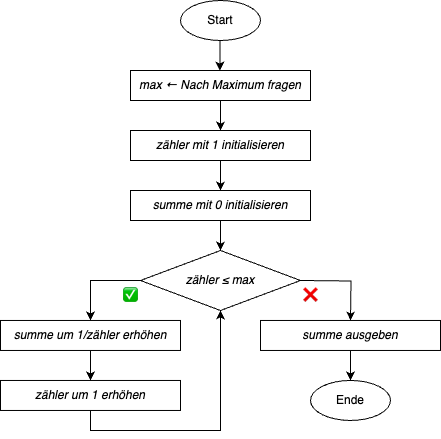
This is of/bilder/notebooks/grundwissen_programmieren/05_Flussdiagramm-Partialsumme.png from donze-informatikunterricht/donze-informatikunterricht.github.io, a draw.io export, as it was before one commit. Source tidied: cells renumbered, new cells last; positions are measured from the earlier drawing's top-left corner, leaving out a move shared by most shapes. Its diagram source:
```xml
<mxGraphModel>
  <root>
    <mxCell id="0" />
    <mxCell id="1" parent="0" />
    <mxCell id="2" style="edgeStyle=orthogonalEdgeStyle;rounded=0;jettySize=auto;html=1;exitX=0;exitY=0.5;exitDx=0;exitDy=0;entryX=0.5;entryY=0;entryDx=0;entryDy=0;" parent="1" edge="1" source="3" target="5">
      <mxGeometry relative="1" as="geometry" />
    </mxCell>
    <mxCell id="3" value="&lt;i&gt;zähler ≤ max&lt;/i&gt;" style="rhombus;whiteSpace=wrap;html=1;" parent="1" vertex="1">
      <mxGeometry x="140" y="250" width="160" height="60" as="geometry" />
    </mxCell>
    <mxCell id="4" style="edgeStyle=orthogonalEdgeStyle;rounded=0;jettySize=auto;html=1;exitX=0.5;exitY=1;exitDx=0;exitDy=0;entryX=0.5;entryY=0;entryDx=0;entryDy=0;" parent="1" edge="1" source="5" target="8">
      <mxGeometry relative="1" as="geometry" />
    </mxCell>
    <mxCell id="5" value="&lt;i&gt;summe um 1/zähler erhöhen&lt;/i&gt;" style="rounded=0;whiteSpace=wrap;html=1;" parent="1" vertex="1">
      <mxGeometry y="320" width="180" height="30" as="geometry" />
    </mxCell>
    <mxCell id="6" value="✅" style="text;html=1;strokeColor=none;fillColor=none;align=center;verticalAlign=middle;whiteSpace=wrap;rounded=0;" parent="1" vertex="1">
      <mxGeometry x="100" y="280" width="60" height="30" as="geometry" />
    </mxCell>
    <mxCell id="7" style="edgeStyle=orthogonalEdgeStyle;rounded=0;jettySize=auto;html=1;exitX=0.5;exitY=0;exitDx=0;exitDy=0;entryX=0.5;entryY=1;entryDx=0;entryDy=0;" parent="1" edge="1" source="8" target="3">
      <mxGeometry relative="1" as="geometry">
        <Array as="points">
          <mxPoint x="90" y="430" />
          <mxPoint x="220" y="430" />
        </Array>
      </mxGeometry>
    </mxCell>
    <mxCell id="8" value="&lt;i&gt;zähler um 1 erhöhen&lt;br&gt;&lt;/i&gt;" style="rounded=0;whiteSpace=wrap;html=1;" parent="1" vertex="1">
      <mxGeometry y="380" width="180" height="30" as="geometry" />
    </mxCell>
    <mxCell id="9" value="Start" style="ellipse;whiteSpace=wrap;html=1;" parent="1" vertex="1">
      <mxGeometry x="180" width="80" height="40" as="geometry" />
    </mxCell>
    <mxCell id="10" style="edgeStyle=orthogonalEdgeStyle;rounded=0;orthogonalLoop=1;jettySize=auto;html=1;exitX=0.5;exitY=1;exitDx=0;exitDy=0;entryX=0.5;entryY=0;entryDx=0;entryDy=0;" parent="1" edge="1">
      <mxGeometry relative="1" as="geometry">
        <mxPoint x="219.4" y="40" as="sourcePoint" />
        <mxPoint x="219.4" y="70" as="targetPoint" />
      </mxGeometry>
    </mxCell>
    <mxCell id="11" style="edgeStyle=orthogonalEdgeStyle;rounded=0;jettySize=auto;html=1;exitX=0.5;exitY=1;exitDx=0;exitDy=0;entryX=0.5;entryY=0;entryDx=0;entryDy=0;" parent="1" edge="1" source="19" target="3">
      <mxGeometry relative="1" as="geometry" />
    </mxCell>
    <mxCell id="12" style="edgeStyle=orthogonalEdgeStyle;rounded=0;jettySize=auto;html=1;exitX=0.5;exitY=1;exitDx=0;exitDy=0;entryX=0.5;entryY=0;entryDx=0;entryDy=0;" parent="1" edge="1" source="13" target="18">
      <mxGeometry relative="1" as="geometry" />
    </mxCell>
    <mxCell id="13" value="&lt;i&gt;max ← Nach Maximum fragen&lt;/i&gt;" style="rounded=0;whiteSpace=wrap;html=1;" parent="1" vertex="1">
      <mxGeometry x="130" y="70" width="180" height="30" as="geometry" />
    </mxCell>
    <mxCell id="14" style="edgeStyle=orthogonalEdgeStyle;rounded=0;orthogonalLoop=1;jettySize=auto;html=1;" parent="1" edge="1">
      <mxGeometry relative="1" as="geometry">
        <mxPoint x="300" y="280" as="sourcePoint" />
        <mxPoint x="350" y="320" as="targetPoint" />
      </mxGeometry>
    </mxCell>
    <mxCell id="15" value="Ende" style="ellipse;whiteSpace=wrap;html=1;" parent="1" vertex="1">
      <mxGeometry x="310" y="380" width="80" height="40" as="geometry" />
    </mxCell>
    <mxCell id="16" value="❌" style="text;html=1;strokeColor=none;fillColor=none;align=center;verticalAlign=middle;whiteSpace=wrap;rounded=1;" parent="1" vertex="1">
      <mxGeometry x="280" y="280" width="60" height="30" as="geometry" />
    </mxCell>
    <mxCell id="17" style="edgeStyle=orthogonalEdgeStyle;rounded=0;jettySize=auto;html=1;exitX=0.5;exitY=1;exitDx=0;exitDy=0;entryX=0.5;entryY=0;entryDx=0;entryDy=0;" parent="1" edge="1" source="18" target="19">
      <mxGeometry relative="1" as="geometry" />
    </mxCell>
    <mxCell id="18" value="&lt;i&gt;zähler mit 1 initialisieren&lt;/i&gt;" style="rounded=0;whiteSpace=wrap;html=1;" parent="1" vertex="1">
      <mxGeometry x="130" y="130" width="180" height="30" as="geometry" />
    </mxCell>
    <mxCell id="19" value="&lt;i&gt;summe mit 0 initialisieren&lt;/i&gt;" style="rounded=0;whiteSpace=wrap;html=1;" parent="1" vertex="1">
      <mxGeometry x="130" y="190" width="180" height="30" as="geometry" />
    </mxCell>
    <mxCell id="20" style="edgeStyle=orthogonalEdgeStyle;rounded=0;jettySize=auto;html=1;exitX=0.5;exitY=1;exitDx=0;exitDy=0;entryX=0.5;entryY=0;entryDx=0;entryDy=0;" parent="1" edge="1" source="21" target="15">
      <mxGeometry relative="1" as="geometry" />
    </mxCell>
    <mxCell id="21" value="&lt;i&gt;summe ausgeben&lt;/i&gt;" style="rounded=0;whiteSpace=wrap;html=1;" parent="1" vertex="1">
      <mxGeometry x="260" y="320" width="180" height="30" as="geometry" />
    </mxCell>
  </root>
</mxGraphModel>
```
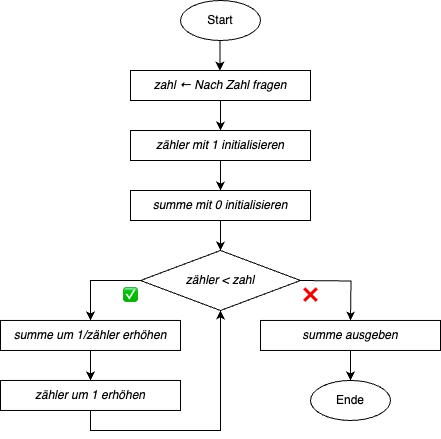
Later version of the same file.

Change to the diagram source:
```diff
@@ -5,7 +5,7 @@
     <mxCell id="2" style="edgeStyle=orthogonalEdgeStyle;rounded=0;jettySize=auto;html=1;exitX=0;exitY=0.5;exitDx=0;exitDy=0;entryX=0.5;entryY=0;entryDx=0;entryDy=0;" parent="1" edge="1" source="3" target="5">
       <mxGeometry relative="1" as="geometry" />
     </mxCell>
-    <mxCell id="3" value="&lt;i&gt;zähler ≤ max&lt;/i&gt;" style="rhombus;whiteSpace=wrap;html=1;" parent="1" vertex="1">
+    <mxCell id="3" value="&lt;i&gt;zähler &amp;lt; zahl&lt;/i&gt;" style="rhombus;whiteSpace=wrap;html=1;" parent="1" vertex="1">
       <mxGeometry x="140" y="250" width="160" height="60" as="geometry" />
     </mxCell>
     <mxCell id="4" style="edgeStyle=orthogonalEdgeStyle;rounded=0;jettySize=auto;html=1;exitX=0.5;exitY=1;exitDx=0;exitDy=0;entryX=0.5;entryY=0;entryDx=0;entryDy=0;" parent="1" edge="1" source="5" target="8">
@@ -43,7 +43,7 @@
     <mxCell id="12" style="edgeStyle=orthogonalEdgeStyle;rounded=0;jettySize=auto;html=1;exitX=0.5;exitY=1;exitDx=0;exitDy=0;entryX=0.5;entryY=0;entryDx=0;entryDy=0;" parent="1" edge="1" source="13" target="18">
       <mxGeometry relative="1" as="geometry" />
     </mxCell>
-    <mxCell id="13" value="&lt;i&gt;max ← Nach Maximum fragen&lt;/i&gt;" style="rounded=0;whiteSpace=wrap;html=1;" parent="1" vertex="1">
+    <mxCell id="13" value="&lt;i&gt;zahl ← Nach Zahl fragen&lt;/i&gt;" style="rounded=0;whiteSpace=wrap;html=1;" parent="1" vertex="1">
       <mxGeometry x="130" y="70" width="180" height="30" as="geometry" />
     </mxCell>
     <mxCell id="14" style="edgeStyle=orthogonalEdgeStyle;rounded=0;orthogonalLoop=1;jettySize=auto;html=1;" parent="1" edge="1">
```
